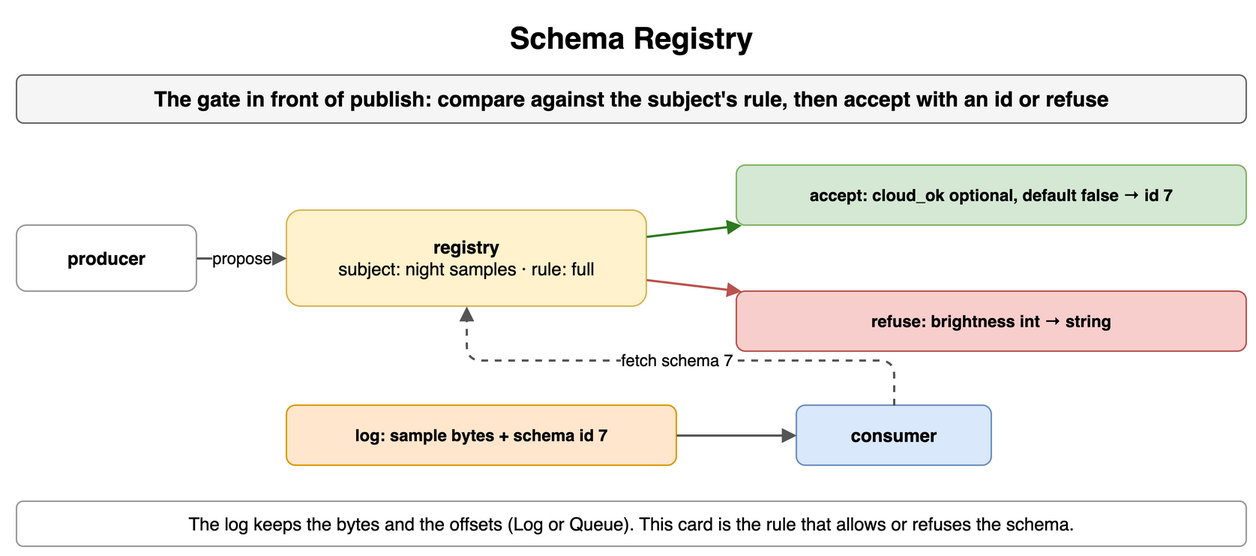
amendez13/swe-study-guide keeps this draw.io diagram as content/09_System_Design_Interview/14_Encoding_Serialization_and_Schema_Evolution/diagrams/encoding-8-schema-registry.png. Above is the earlier version. Source tidied: cells renumbered, new cells last; positions are measured from the earlier drawing's top-left corner, leaving out a move shared by most shapes.
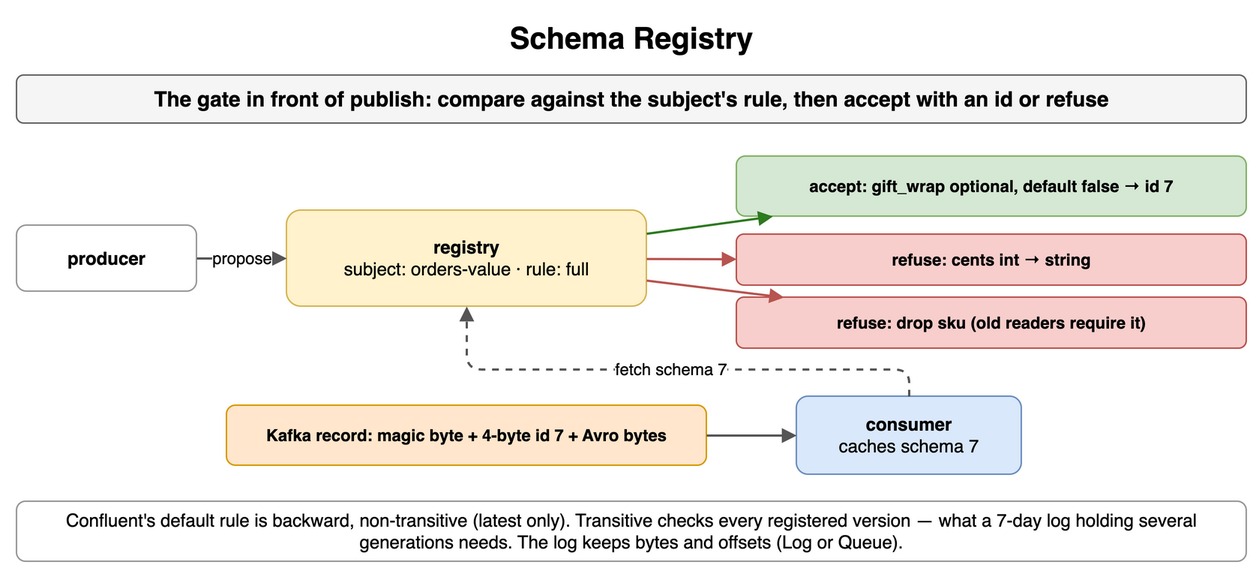
The same file after the commit.

Diff of the diagram source:
```diff
@@ -11,43 +11,49 @@
     <mxCell id="4" value="producer" style="rounded=1;whiteSpace=wrap;html=1;fillColor=#ffffff;strokeColor=#999999;fontSize=12;align=center;fontStyle=1;" parent="1" vertex="1">
       <mxGeometry y="140" width="120" height="44" as="geometry" />
     </mxCell>
-    <mxCell id="5" value="registry&lt;br&gt;&lt;span style='font-weight:normal'&gt;subject: night samples · rule: full&lt;/span&gt;" style="rounded=1;whiteSpace=wrap;html=1;fillColor=#fff2cc;strokeColor=#d6b656;fontSize=12;align=center;fontStyle=1;" parent="1" vertex="1">
+    <mxCell id="5" value="registry&lt;br&gt;&lt;span style='font-weight:normal'&gt;subject: orders-value · rule: full&lt;/span&gt;" style="rounded=1;whiteSpace=wrap;html=1;fillColor=#fff2cc;strokeColor=#d6b656;fontSize=12;align=center;fontStyle=1;" parent="1" vertex="1">
       <mxGeometry x="180" y="130" width="240" height="64" as="geometry" />
     </mxCell>
     <mxCell id="6" value="propose" style="endArrow=block;endSize=6;html=1;strokeWidth=1.5;strokeColor=#555555;fontSize=11;labelBackgroundColor=#ffffff;" parent="1" edge="1" source="4" target="5">
       <mxGeometry relative="1" as="geometry" />
     </mxCell>
-    <mxCell id="7" value="accept: cloud_ok optional, default false → id 7" style="rounded=1;whiteSpace=wrap;html=1;fillColor=#d5e8d4;strokeColor=#82b366;fontSize=11;align=center;fontStyle=1;" parent="1" vertex="1">
-      <mxGeometry x="480" y="100" width="340" height="40" as="geometry" />
+    <mxCell id="7" value="accept: gift_wrap optional, default false → id 7" style="rounded=1;whiteSpace=wrap;html=1;fillColor=#d5e8d4;strokeColor=#82b366;fontSize=11;align=center;fontStyle=1;" parent="1" vertex="1">
+      <mxGeometry x="480" y="94" width="340" height="40" as="geometry" />
     </mxCell>
-    <mxCell id="8" value="refuse: brightness int → string" style="rounded=1;whiteSpace=wrap;html=1;fillColor=#f8cecc;strokeColor=#b85450;fontSize=11;align=center;fontStyle=1;" parent="1" vertex="1">
-      <mxGeometry x="480" y="184" width="340" height="40" as="geometry" />
+    <mxCell id="8" value="refuse: cents int → string" style="rounded=1;whiteSpace=wrap;html=1;fillColor=#f8cecc;strokeColor=#b85450;fontSize=11;align=center;fontStyle=1;" parent="1" vertex="1">
+      <mxGeometry x="480" y="146" width="340" height="34" as="geometry" />
     </mxCell>
-    <mxCell id="9" style="endArrow=block;endSize=6;html=1;strokeWidth=1.5;strokeColor=#2d7a1f;fontSize=11;labelBackgroundColor=#ffffff;fontColor=#2d7a1f;fontStyle=1;" parent="1" edge="1" source="5" target="7">
-      <mxGeometry relative="1" as="geometry" />
+    <mxCell id="9" value="refuse: drop sku (old readers require it)" style="rounded=1;whiteSpace=wrap;html=1;fillColor=#f8cecc;strokeColor=#b85450;fontSize=11;align=center;fontStyle=1;" parent="1" vertex="1">
+      <mxGeometry x="480" y="188" width="340" height="34" as="geometry" />
     </mxCell>
-    <mxCell id="10" style="endArrow=block;endSize=6;html=1;strokeWidth=1.5;strokeColor=#b85450;fontSize=11;labelBackgroundColor=#ffffff;fontColor=#b85450;fontStyle=1;" parent="1" edge="1" source="5" target="8">
+    <mxCell id="10" style="endArrow=block;endSize=6;html=1;strokeWidth=1.5;strokeColor=#2d7a1f;fontSize=11;labelBackgroundColor=#ffffff;fontColor=#2d7a1f;fontStyle=1;" parent="1" edge="1" source="5" target="7">
       <mxGeometry relative="1" as="geometry" />
     </mxCell>
-    <mxCell id="11" value="log: sample bytes + schema id 7" style="rounded=1;whiteSpace=wrap;html=1;fillColor=#ffe6cc;strokeColor=#d79b00;fontSize=11;align=center;fontStyle=1;" parent="1" vertex="1">
-      <mxGeometry x="180" y="260" width="260" height="40" as="geometry" />
+    <mxCell id="11" style="endArrow=block;endSize=6;html=1;strokeWidth=1.5;strokeColor=#b85450;fontSize=11;labelBackgroundColor=#ffffff;fontColor=#b85450;fontStyle=1;" parent="1" edge="1" source="5" target="8">
+      <mxGeometry relative="1" as="geometry" />
     </mxCell>
-    <mxCell id="12" value="consumer" style="rounded=1;whiteSpace=wrap;html=1;fillColor=#dae8fc;strokeColor=#6c8ebf;fontSize=12;align=center;fontStyle=1;" parent="1" vertex="1">
-      <mxGeometry x="520" y="260" width="130" height="40" as="geometry" />
+    <mxCell id="12" style="endArrow=block;endSize=6;html=1;strokeWidth=1.5;strokeColor=#b85450;fontSize=11;labelBackgroundColor=#ffffff;fontColor=#b85450;fontStyle=1;" parent="1" edge="1" source="5" target="9">
+      <mxGeometry relative="1" as="geometry" />
     </mxCell>
-    <mxCell id="13" style="endArrow=block;endSize=6;html=1;strokeWidth=1.5;strokeColor=#555555;fontSize=11;labelBackgroundColor=#ffffff;" parent="1" edge="1" source="11" target="12">
-      <mxGeometry relative="1" as="geometry" />
+    <mxCell id="13" value="Kafka record: magic byte + 4-byte id 7 + Avro bytes" style="rounded=1;whiteSpace=wrap;html=1;fillColor=#ffe6cc;strokeColor=#d79b00;fontSize=11;align=center;fontStyle=1;" parent="1" vertex="1">
+      <mxGeometry x="140" y="260" width="320" height="40" as="geometry" />
     </mxCell>
-    <mxCell id="14" value="fetch schema 7" style="endArrow=block;endSize=6;html=1;strokeWidth=1.5;strokeColor=#555555;fontSize=11;labelBackgroundColor=#ffffff;dashed=1;" parent="1" edge="1" source="12" target="5">
-      <mxGeometry relative="1" as="geometry">
-        <Array as="points">
-          <mxPoint x="585" y="230" />
-          <mxPoint x="300" y="230" />
-        </Array>
-      </mxGeometry>
+    <mxCell id="14" value="consumer&lt;br&gt;&lt;span style='font-weight:normal'&gt;caches schema 7&lt;/span&gt;" style="rounded=1;whiteSpace=wrap;html=1;fillColor=#dae8fc;strokeColor=#6c8ebf;fontSize=12;align=center;fontStyle=1;" parent="1" vertex="1">
+      <mxGeometry x="520" y="254" width="150" height="52" as="geometry" />
     </mxCell>
-    <mxCell id="15" value="The log keeps the bytes and the offsets (Log or Queue). This card is the rule that allows or refuses the schema." style="rounded=1;whiteSpace=wrap;html=1;fillColor=#ffffff;strokeColor=#999999;fontSize=12;align=center;" parent="1" vertex="1">
-      <mxGeometry y="324" width="820" height="30" as="geometry" />
+    <mxCell id="15" style="endArrow=block;endSize=6;html=1;strokeWidth=1.5;strokeColor=#555555;fontSize=11;labelBackgroundColor=#ffffff;" parent="1" edge="1" source="13" target="14">
+      <mxGeometry relative="1" as="geometry" />
     </mxCell>
+    <mxCell id="16" value="fetch schema 7" style="endArrow=block;endSize=6;html=1;strokeWidth=1.5;strokeColor=#555555;fontSize=11;labelBackgroundColor=#ffffff;dashed=1;" parent="1" edge="1" source="14" target="5">
+      <mxGeometry relative="1" as="geometry">
+        <Array as="points">
+          <mxPoint x="595" y="236" />
+          <mxPoint x="300" y="236" />
+        </Array>
+      </mxGeometry>
+    </mxCell>
+    <mxCell id="17" value="Confluent's default rule is backward, non-transitive (latest only). Transitive checks every registered version — what a 7-day log holding several generations needs. The log keeps bytes and offsets (Log or Queue)." style="rounded=1;whiteSpace=wrap;html=1;fillColor=#ffffff;strokeColor=#999999;fontSize=12;align=center;" parent="1" vertex="1">
+      <mxGeometry y="324" width="820" height="40" as="geometry" />
+    </mxCell>
   </root>
 </mxGraphModel>
```
